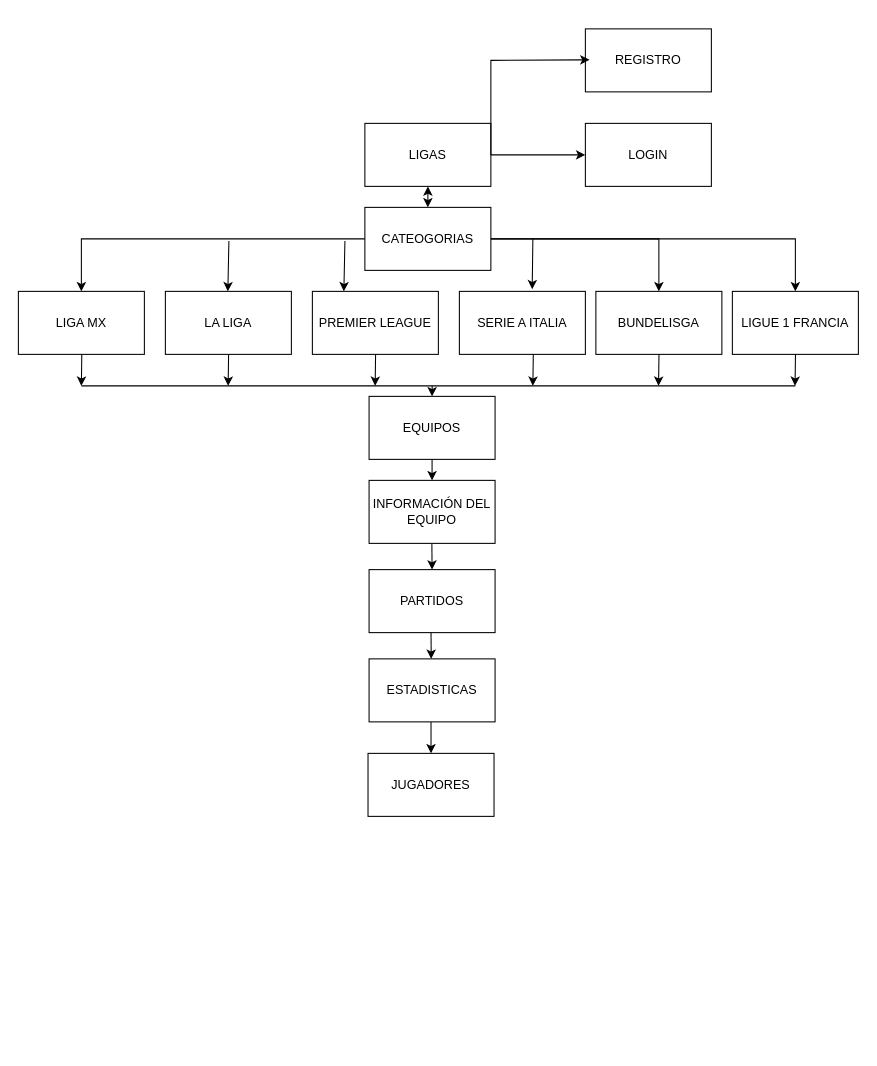
JAMESiOSX/APLICACION-MOVIL keeps this draw.io diagram as Diagrama sin título.drawio. Above is the earlier version. Source tidied: cells renumbered, new cells numbered last; positions are measured from the earlier drawing's top-left corner, leaving out a move shared by most shapes. Both pictures are drawn from the tidied source at 105%, with x=0, y=0 at pixel (18, 28).
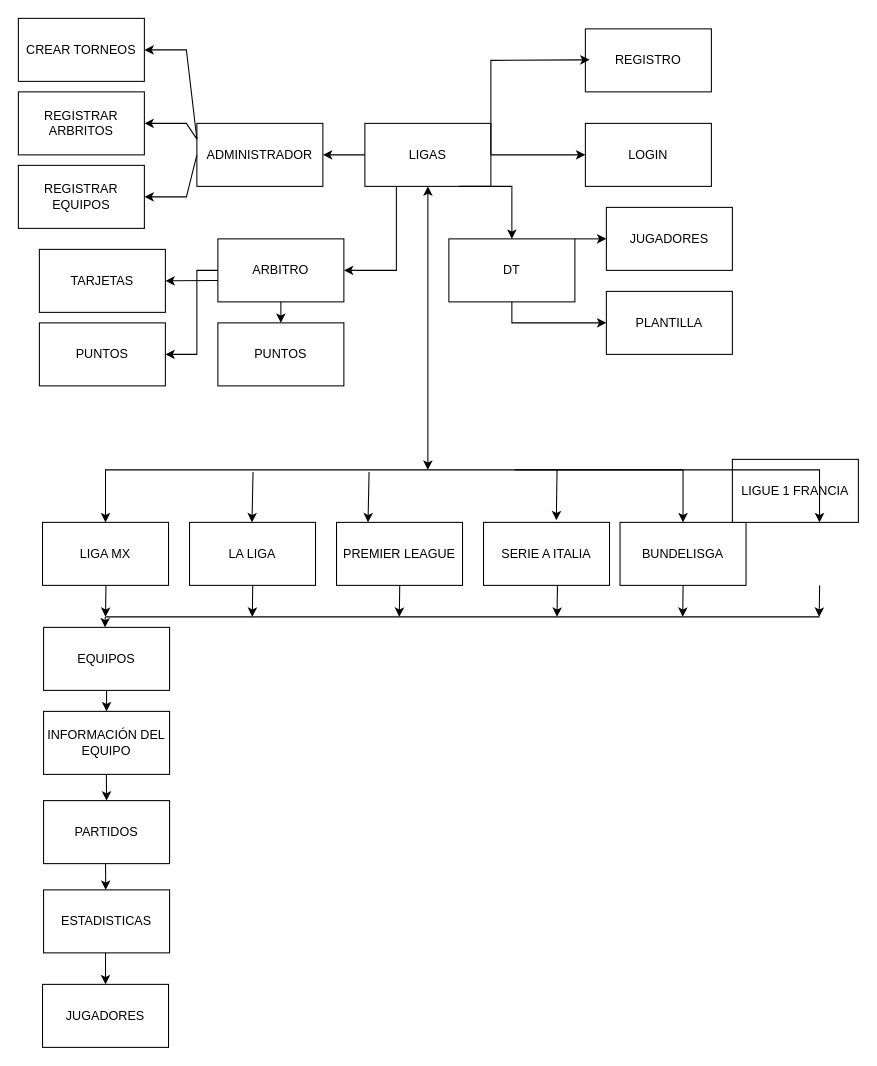
After the change.

The change refers to these unchanged cells:
```xml
<mxCell id="5" value="LIGAS" style="rounded=0;whiteSpace=wrap;html=1;" parent="1" vertex="1">
  <mxGeometry x="330" y="90" width="120" height="60" as="geometry" />
</mxCell>
```

Diff of the diagram source:
```diff
@@
     <mxCell id="2" value="PREMIER LEAGUE" style="rounded=0;whiteSpace=wrap;html=1;" parent="1" vertex="1">
-      <mxGeometry x="280" y="250" width="120" height="60" as="geometry" />
+      <mxGeometry x="303" y="470" width="120" height="60" as="geometry" />
     </mxCell>
     <mxCell id="3" value="BUNDELISGA" style="rounded=0;whiteSpace=wrap;html=1;" parent="1" vertex="1">
-      <mxGeometry x="550" y="250" width="120" height="60" as="geometry" />
+      <mxGeometry x="573" y="470" width="120" height="60" as="geometry" />
     </mxCell>
     <mxCell id="4" value="LA LIGA" style="rounded=0;whiteSpace=wrap;html=1;" parent="1" vertex="1">
-      <mxGeometry x="140" y="250" width="120" height="60" as="geometry" />
+      <mxGeometry x="163" y="470" width="120" height="60" as="geometry" />
     </mxCell>
@@
-    <mxCell id="6" value="CATEOGORIAS" style="rounded=0;whiteSpace=wrap;html=1;" parent="1" vertex="1">
-      <mxGeometry x="330" y="170" width="120" height="60" as="geometry" />
-    </mxCell>
     <mxCell id="7" value="SERIE A ITALIA" style="rounded=0;whiteSpace=wrap;html=1;" parent="1" vertex="1">
-      <mxGeometry x="420" y="250" width="120" height="60" as="geometry" />
+      <mxGeometry x="443" y="470" width="120" height="60" as="geometry" />
     </mxCell>
     <mxCell id="8" value="LIGUE 1 FRANCIA" style="rounded=0;whiteSpace=wrap;html=1;" parent="1" vertex="1">
-      <mxGeometry x="680" y="250" width="120" height="60" as="geometry" />
+      <mxGeometry x="680" y="410" width="120" height="60" as="geometry" />
     </mxCell>
     <mxCell id="9" value="LIGA MX" style="rounded=0;whiteSpace=wrap;html=1;" parent="1" vertex="1">
-      <mxGeometry y="250" width="120" height="60" as="geometry" />
+      <mxGeometry x="23" y="470" width="120" height="60" as="geometry" />
     </mxCell>
     <mxCell id="10" value="EQUIPOS" style="rounded=0;whiteSpace=wrap;html=1;" parent="1" vertex="1">
-      <mxGeometry x="334" y="350" width="120" height="60" as="geometry" />
+      <mxGeometry x="24" y="570" width="120" height="60" as="geometry" />
     </mxCell>
     <mxCell id="11" value="PARTIDOS" style="rounded=0;whiteSpace=wrap;html=1;" parent="1" vertex="1">
-      <mxGeometry x="334" y="515" width="120" height="60" as="geometry" />
+      <mxGeometry x="24" y="735" width="120" height="60" as="geometry" />
     </mxCell>
     <mxCell id="12" value="INFORMACIÓN DEL EQUIPO" style="rounded=0;whiteSpace=wrap;html=1;" parent="1" vertex="1">
-      <mxGeometry x="334" y="430" width="120" height="60" as="geometry" />
+      <mxGeometry x="24" y="650" width="120" height="60" as="geometry" />
     </mxCell>
     <mxCell id="13" value="ESTADISTICAS" style="rounded=0;whiteSpace=wrap;html=1;" parent="1" vertex="1">
-      <mxGeometry x="334" y="600" width="120" height="60" as="geometry" />
+      <mxGeometry x="24" y="820" width="120" height="60" as="geometry" />
     </mxCell>
-    <mxCell id="14" style="endArrow=classic;startArrow=classic;html=1;rounded=0;entryX=0.5;entryY=1;entryDx=0;entryDy=0;" parent="1" edge="1" source="6" target="5">
-      <mxGeometry relative="1" as="geometry" />
+    <mxCell id="14" style="endArrow=classic;startArrow=classic;html=1;rounded=0;entryX=0.5;entryY=1;entryDx=0;entryDy=0;" parent="1" edge="1" target="5">
+      <mxGeometry relative="1" as="geometry">
+        <mxPoint x="390" y="420" as="sourcePoint" />
+      </mxGeometry>
     </mxCell>
-    <mxCell id="15" style="endArrow=classic;html=1;rounded=0;exitX=1;exitY=0.5;exitDx=0;exitDy=0;entryX=0.5;entryY=0;entryDx=0;entryDy=0;" parent="1" edge="1" source="6" target="8">
+    <mxCell id="15" style="endArrow=classic;html=1;rounded=0;exitX=1;exitY=0.5;exitDx=0;exitDy=0;entryX=0.5;entryY=0;entryDx=0;entryDy=0;" parent="1" edge="1">
       <mxGeometry relative="1" as="geometry">
+        <mxPoint x="473" y="420" as="sourcePoint" />
+        <mxPoint x="763" y="470" as="targetPoint" />
         <Array as="points">
-          <mxPoint x="740" y="200" />
+          <mxPoint x="763" y="420" />
         </Array>
       </mxGeometry>
     </mxCell>
     <mxCell id="16" style="endArrow=classic;html=1;rounded=0;exitX=1;exitY=0.5;exitDx=0;exitDy=0;entryX=0.5;entryY=0;entryDx=0;entryDy=0;" parent="1" edge="1" target="3">
       <mxGeometry relative="1" as="geometry">
-        <mxPoint x="450" y="200" as="sourcePoint" />
+        <mxPoint x="473" y="420" as="sourcePoint" />
         <Array as="points">
-          <mxPoint x="610" y="200" />
+          <mxPoint x="633" y="420" />
         </Array>
       </mxGeometry>
     </mxCell>
     <mxCell id="17" style="endArrow=classic;html=1;rounded=0;entryX=0.578;entryY=-0.033;entryDx=0;entryDy=0;entryPerimeter=0;" parent="1" edge="1" target="7">
       <mxGeometry relative="1" as="geometry">
-        <mxPoint x="490" y="200" as="sourcePoint" />
+        <mxPoint x="513" y="420" as="sourcePoint" />
       </mxGeometry>
     </mxCell>
-    <mxCell id="18" style="endArrow=classic;html=1;rounded=0;entryX=0.5;entryY=0;entryDx=0;entryDy=0;exitX=0;exitY=0.5;exitDx=0;exitDy=0;" parent="1" edge="1" source="6" target="9">
+    <mxCell id="18" style="endArrow=classic;html=1;rounded=0;entryX=0.5;entryY=0;entryDx=0;entryDy=0;" parent="1" edge="1" target="9">
       <mxGeometry relative="1" as="geometry">
+        <mxPoint x="473" y="420" as="sourcePoint" />
         <Array as="points">
-          <mxPoint x="60" y="200" />
+          <mxPoint x="83" y="420" />
         </Array>
       </mxGeometry>
     </mxCell>
     <mxCell id="19" style="endArrow=classic;html=1;rounded=0;entryX=0.578;entryY=-0.033;entryDx=0;entryDy=0;entryPerimeter=0;" parent="1" edge="1">
       <mxGeometry relative="1" as="geometry">
-        <mxPoint x="200.5" y="202" as="sourcePoint" />
-        <mxPoint x="199.5" y="250" as="targetPoint" />
+        <mxPoint x="223.5" y="422" as="sourcePoint" />
+        <mxPoint x="222.5" y="470" as="targetPoint" />
       </mxGeometry>
     </mxCell>
     <mxCell id="20" style="endArrow=classic;html=1;rounded=0;entryX=0.578;entryY=-0.033;entryDx=0;entryDy=0;entryPerimeter=0;" parent="1" edge="1">
       <mxGeometry relative="1" as="geometry">
-        <mxPoint x="311" y="202" as="sourcePoint" />
-        <mxPoint x="310" y="250" as="targetPoint" />
+        <mxPoint x="334" y="422" as="sourcePoint" />
+        <mxPoint x="333" y="470" as="targetPoint" />
       </mxGeometry>
     </mxCell>
     <mxCell id="21" style="endArrow=none;html=1;rounded=0;" parent="1" edge="1">
       <mxGeometry relative="1" as="geometry">
-        <mxPoint x="60" y="340" as="sourcePoint" />
-        <mxPoint x="740" y="340" as="targetPoint" />
+        <mxPoint x="83" y="560" as="sourcePoint" />
+        <mxPoint x="763" y="560" as="targetPoint" />
       </mxGeometry>
     </mxCell>
     <mxCell id="22" style="endArrow=classic;html=1;rounded=0;" parent="1" edge="1">
       <mxGeometry relative="1" as="geometry">
-        <mxPoint x="60.4" y="310" as="sourcePoint" />
-        <mxPoint x="60" y="340" as="targetPoint" />
+        <mxPoint x="83.4" y="530" as="sourcePoint" />
+        <mxPoint x="83" y="560" as="targetPoint" />
       </mxGeometry>
     </mxCell>
     <mxCell id="23" style="endArrow=classic;html=1;rounded=0;" parent="1" edge="1">
       <mxGeometry relative="1" as="geometry">
-        <mxPoint x="340.2" y="310" as="sourcePoint" />
-        <mxPoint x="339.8" y="340" as="targetPoint" />
+        <mxPoint x="363.2" y="530" as="sourcePoint" />
+        <mxPoint x="362.8" y="560" as="targetPoint" />
       </mxGeometry>
     </mxCell>
     <mxCell id="24" style="endArrow=classic;html=1;rounded=0;" parent="1" edge="1">
       <mxGeometry relative="1" as="geometry">
-        <mxPoint x="200.2" y="310" as="sourcePoint" />
-        <mxPoint x="199.8" y="340" as="targetPoint" />
+        <mxPoint x="223.2" y="530" as="sourcePoint" />
+        <mxPoint x="222.8" y="560" as="targetPoint" />
       </mxGeometry>
     </mxCell>
     <mxCell id="25" style="endArrow=classic;html=1;rounded=0;fontStyle=1;" parent="1" edge="1">
       <mxGeometry relative="1" as="geometry">
-        <mxPoint x="490.4" y="310" as="sourcePoint" />
-        <mxPoint x="490" y="340" as="targetPoint" />
+        <mxPoint x="513.4" y="530" as="sourcePoint" />
+        <mxPoint x="513" y="560" as="targetPoint" />
       </mxGeometry>
     </mxCell>
     <mxCell id="26" style="endArrow=classic;html=1;rounded=0;fontStyle=1;" parent="1" edge="1">
       <mxGeometry relative="1" as="geometry">
-        <mxPoint x="610.1" y="310" as="sourcePoint" />
-        <mxPoint x="609.7" y="340" as="targetPoint" />
+        <mxPoint x="633.1" y="530" as="sourcePoint" />
+        <mxPoint x="632.7" y="560" as="targetPoint" />
       </mxGeometry>
     </mxCell>
     <mxCell id="27" style="endArrow=classic;html=1;rounded=0;fontStyle=1;" parent="1" edge="1">
       <mxGeometry relative="1" as="geometry">
-        <mxPoint x="740.1" y="310" as="sourcePoint" />
-        <mxPoint x="739.7" y="340" as="targetPoint" />
+        <mxPoint x="763.1" y="530" as="sourcePoint" />
+        <mxPoint x="762.7" y="560" as="targetPoint" />
       </mxGeometry>
     </mxCell>
     <mxCell id="28" style="endArrow=classic;html=1;rounded=0;fontStyle=1;" parent="1" edge="1">
       <mxGeometry relative="1" as="geometry">
-        <mxPoint x="394.1" y="340" as="sourcePoint" />
-        <mxPoint x="394" y="350" as="targetPoint" />
+        <mxPoint x="82.7" y="560" as="sourcePoint" />
+        <mxPoint x="82.6" y="570" as="targetPoint" />
       </mxGeometry>
     </mxCell>
@@
     <mxCell id="30" style="endArrow=classic;html=1;rounded=0;fontStyle=1;exitX=0.5;exitY=1;exitDx=0;exitDy=0;entryX=0.5;entryY=0;entryDx=0;entryDy=0;" parent="1" edge="1" target="11">
       <mxGeometry relative="1" as="geometry">
-        <mxPoint x="393.8" y="490" as="sourcePoint" />
+        <mxPoint x="83.8" y="710" as="sourcePoint" />
       </mxGeometry>
     </mxCell>
     <mxCell id="31" style="endArrow=classic;html=1;rounded=0;fontStyle=1;exitX=0.5;exitY=1;exitDx=0;exitDy=0;entryX=0.5;entryY=0;entryDx=0;entryDy=0;" parent="1" edge="1">
       <mxGeometry relative="1" as="geometry">
-        <mxPoint x="393" y="575" as="sourcePoint" />
-        <mxPoint x="393.2" y="600" as="targetPoint" />
+        <mxPoint x="83" y="795" as="sourcePoint" />
+        <mxPoint x="83.2" y="820" as="targetPoint" />
       </mxGeometry>
     </mxCell>
@@
     <mxCell id="36" value="JUGADORES" style="rounded=0;whiteSpace=wrap;html=1;" parent="1" vertex="1">
-      <mxGeometry x="333" y="690" width="120" height="60" as="geometry" />
+      <mxGeometry x="23" y="910" width="120" height="60" as="geometry" />
     </mxCell>
     <mxCell id="37" style="endArrow=classic;html=1;rounded=0;fontStyle=1;exitX=0.5;exitY=1;exitDx=0;exitDy=0;entryX=0.5;entryY=0;entryDx=0;entryDy=0;" parent="1" edge="1" target="36">
       <mxGeometry relative="1" as="geometry">
-        <mxPoint x="393" y="660" as="sourcePoint" />
+        <mxPoint x="83" y="880" as="sourcePoint" />
       </mxGeometry>
     </mxCell>
+    <mxCell id="38" value="ADMINISTRADOR" style="rounded=0;whiteSpace=wrap;html=1;" parent="1" vertex="1">
+      <mxGeometry x="170" y="90" width="120" height="60" as="geometry" />
+    </mxCell>
+    <mxCell id="39" style="endArrow=classic;html=1;rounded=0;entryX=1;entryY=0.5;entryDx=0;entryDy=0;exitX=0;exitY=0.5;exitDx=0;exitDy=0;" parent="1" edge="1" source="5" target="38">
+      <mxGeometry relative="1" as="geometry" />
+    </mxCell>
+    <mxCell id="40" value="CREAR TORNEOS" style="rounded=0;whiteSpace=wrap;html=1;" parent="1" vertex="1">
+      <mxGeometry y="-10" width="120" height="60" as="geometry" />
+    </mxCell>
+    <mxCell id="41" value="REGISTRAR ARBRITOS" style="rounded=0;whiteSpace=wrap;html=1;" parent="1" vertex="1">
+      <mxGeometry y="60" width="120" height="60" as="geometry" />
+    </mxCell>
+    <mxCell id="42" value="REGISTRAR EQUIPOS" style="rounded=0;whiteSpace=wrap;html=1;" parent="1" vertex="1">
+      <mxGeometry y="130" width="120" height="60" as="geometry" />
+    </mxCell>
+    <mxCell id="43" style="endArrow=classic;html=1;rounded=0;entryX=1;entryY=0.5;entryDx=0;entryDy=0;exitX=0;exitY=0.25;exitDx=0;exitDy=0;" parent="1" edge="1" source="38" target="40">
+      <mxGeometry relative="1" as="geometry">
+        <Array as="points">
+          <mxPoint x="160" y="20" />
+        </Array>
+      </mxGeometry>
+    </mxCell>
+    <mxCell id="44" style="endArrow=classic;html=1;rounded=0;entryX=1;entryY=0.5;entryDx=0;entryDy=0;exitX=0;exitY=0.25;exitDx=0;exitDy=0;" parent="1" edge="1" source="38" target="41">
+      <mxGeometry relative="1" as="geometry">
+        <Array as="points">
+          <mxPoint x="160" y="90" />
+        </Array>
+      </mxGeometry>
+    </mxCell>
+    <mxCell id="45" style="endArrow=classic;html=1;rounded=0;entryX=1;entryY=0.5;entryDx=0;entryDy=0;exitX=0;exitY=0.5;exitDx=0;exitDy=0;" parent="1" edge="1" source="38" target="42">
+      <mxGeometry relative="1" as="geometry">
+        <Array as="points">
+          <mxPoint x="160" y="160" />
+        </Array>
+      </mxGeometry>
+    </mxCell>
+    <mxCell id="46" value="ARBITRO" style="rounded=0;whiteSpace=wrap;html=1;" parent="1" vertex="1">
+      <mxGeometry x="190" y="200" width="120" height="60" as="geometry" />
+    </mxCell>
+    <mxCell id="47" style="endArrow=classic;html=1;rounded=0;entryX=1;entryY=0.5;entryDx=0;entryDy=0;exitX=0.25;exitY=1;exitDx=0;exitDy=0;" parent="1" edge="1" source="5" target="46">
+      <mxGeometry relative="1" as="geometry">
+        <Array as="points">
+          <mxPoint x="360" y="230" />
+        </Array>
+      </mxGeometry>
+    </mxCell>
+    <mxCell id="48" value="TARJETAS" style="rounded=0;whiteSpace=wrap;html=1;" parent="1" vertex="1">
+      <mxGeometry x="20" y="210" width="120" height="60" as="geometry" />
+    </mxCell>
+    <mxCell id="49" value="PUNTOS" style="rounded=0;whiteSpace=wrap;html=1;" parent="1" vertex="1">
+      <mxGeometry x="20" y="280" width="120" height="60" as="geometry" />
+    </mxCell>
+    <mxCell id="50" value="PUNTOS" style="rounded=0;whiteSpace=wrap;html=1;" parent="1" vertex="1">
+      <mxGeometry x="190" y="280" width="120" height="60" as="geometry" />
+    </mxCell>
+    <mxCell id="51" style="endArrow=classic;html=1;rounded=0;entryX=0.5;entryY=0;entryDx=0;entryDy=0;exitX=0.5;exitY=1;exitDx=0;exitDy=0;" parent="1" edge="1" source="46" target="50">
+      <mxGeometry relative="1" as="geometry" />
+    </mxCell>
+    <mxCell id="52" style="endArrow=classic;html=1;rounded=0;entryX=1;entryY=0.5;entryDx=0;entryDy=0;exitX=0;exitY=0.5;exitDx=0;exitDy=0;" parent="1" edge="1" source="46" target="49">
+      <mxGeometry relative="1" as="geometry">
+        <Array as="points">
+          <mxPoint x="170" y="230" />
+          <mxPoint x="170" y="310" />
+        </Array>
+      </mxGeometry>
+    </mxCell>
+    <mxCell id="53" style="endArrow=classic;html=1;rounded=0;entryX=1;entryY=0.5;entryDx=0;entryDy=0;exitX=0.001;exitY=0.661;exitDx=0;exitDy=0;exitPerimeter=0;" parent="1" edge="1" source="46" target="48">
+      <mxGeometry relative="1" as="geometry" />
+    </mxCell>
+    <mxCell id="54" value="DT" style="rounded=0;whiteSpace=wrap;html=1;" parent="1" vertex="1">
+      <mxGeometry x="410" y="200" width="120" height="60" as="geometry" />
+    </mxCell>
+    <mxCell id="55" value="JUGADORES" style="rounded=0;whiteSpace=wrap;html=1;" parent="1" vertex="1">
+      <mxGeometry x="560" y="170" width="120" height="60" as="geometry" />
+    </mxCell>
+    <mxCell id="56" value="PLANTILLA" style="rounded=0;whiteSpace=wrap;html=1;" parent="1" vertex="1">
+      <mxGeometry x="560" y="250" width="120" height="60" as="geometry" />
+    </mxCell>
+    <mxCell id="57" style="endArrow=classic;html=1;rounded=0;entryX=0;entryY=0.5;entryDx=0;entryDy=0;exitX=1;exitY=0;exitDx=0;exitDy=0;" parent="1" edge="1" source="54" target="55">
+      <mxGeometry relative="1" as="geometry" />
+    </mxCell>
+    <mxCell id="58" style="endArrow=classic;html=1;rounded=0;entryX=0;entryY=0.5;entryDx=0;entryDy=0;exitX=0.5;exitY=1;exitDx=0;exitDy=0;" parent="1" edge="1" source="54" target="56">
+      <mxGeometry relative="1" as="geometry">
+        <Array as="points">
+          <mxPoint x="470" y="280" />
+        </Array>
+      </mxGeometry>
+    </mxCell>
+    <mxCell id="59" style="endArrow=classic;html=1;rounded=0;entryX=0.5;entryY=0;entryDx=0;entryDy=0;exitX=0.75;exitY=1;exitDx=0;exitDy=0;" parent="1" edge="1" source="5" target="54">
+      <mxGeometry relative="1" as="geometry">
+        <Array as="points">
+          <mxPoint x="470" y="150" />
+        </Array>
+      </mxGeometry>
+    </mxCell>
```
